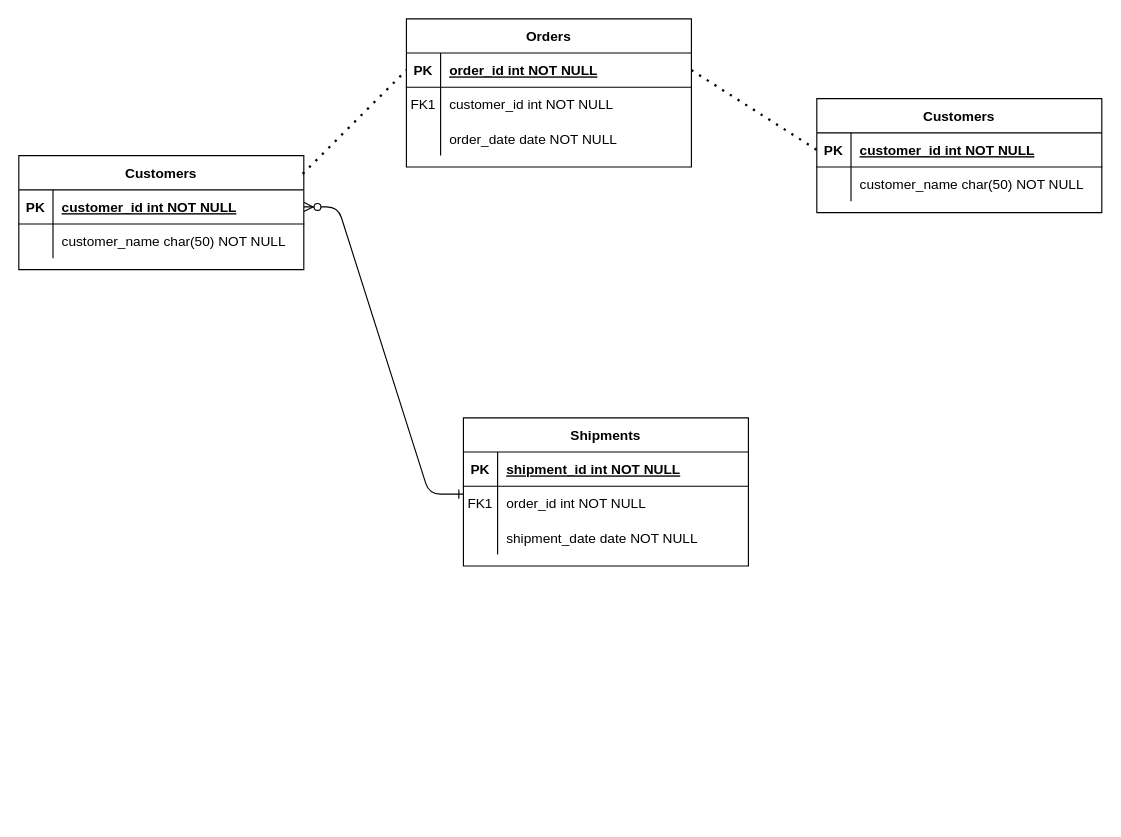
The draw.io diagram Untitled Diagram.drawio in Work-JustinClark/week13SpringAPI, before the edit. Source tidied: cells renumbered, new cells numbered last; positions are measured from the earlier drawing's top-left corner, leaving out a move shared by most shapes. Both pictures are drawn from the tidied source at 114%, with x=0, y=0 at pixel (18, 18).
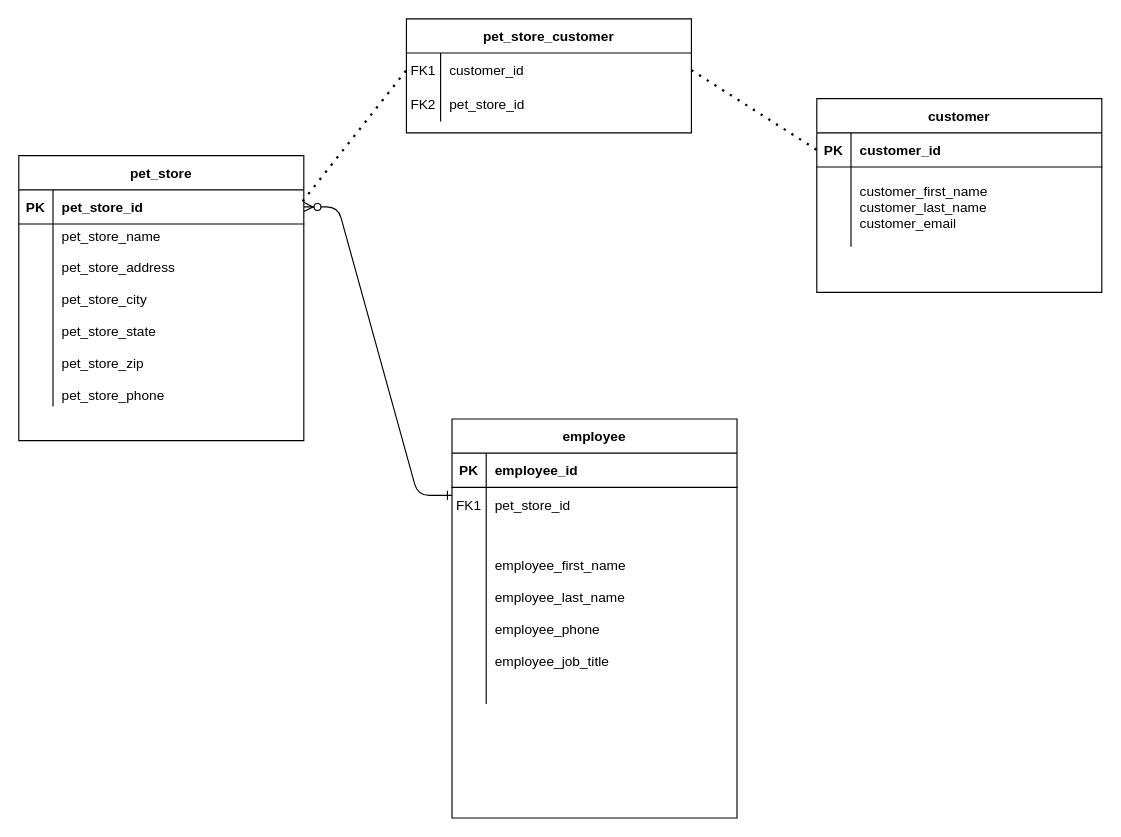
Above is the later version.

The change refers to these unchanged cells:
```xml
<mxCell id="14" style="shape=partialRectangle;fillColor=none;top=0;left=0;right=0;bottom=1;" parent="13" vertex="1">
  <mxGeometry y="30" width="250" height="30" as="geometry" />
</mxCell>
<mxCell id="17" style="shape=partialRectangle;fillColor=none;points=[[0,0.5],[1,0.5]];portConstraint=eastwest;top=0;left=0;right=0;bottom=0;" parent="13" vertex="1">
  <mxGeometry y="60" width="250" height="30" as="geometry" />
</mxCell>
<mxCell id="24" style="shape=partialRectangle;fillColor=none;points=[[0,0.5],[1,0.5]];portConstraint=eastwest;top=0;left=0;right=0;bottom=1;" parent="23" vertex="1">
  <mxGeometry y="30" width="250" height="30" as="geometry" />
</mxCell>
<mxCell id="31" style="shape=partialRectangle;fillColor=none;points=[[0,0.5],[1,0.5]];portConstraint=eastwest;top=0;left=0;right=0;bottom=1;" parent="30" vertex="1">
  <mxGeometry y="30" width="250" height="30" as="geometry" />
</mxCell>
```

The edit, as a diff of the source:
```diff
@@
-    <mxCell id="3" value="Orders" style="shape=table;startSize=30;childLayout=tableLayout;rowLines=0;fontStyle=1;align=center;" parent="1" vertex="1">
-      <mxGeometry x="340" width="250" height="130" as="geometry" />
+    <mxCell id="3" value="pet_store_customer" style="shape=table;startSize=30;childLayout=tableLayout;rowLines=0;fontStyle=1;align=center;" parent="1" vertex="1">
+      <mxGeometry x="340" width="250" height="100" as="geometry" />
     </mxCell>
-    <mxCell id="4" style="shape=partialRectangle;fillColor=none;points=[[0,0.5],[1,0.5]];portConstraint=eastwest;top=0;left=0;right=0;bottom=1;" parent="3" vertex="1">
-      <mxGeometry y="30" width="250" height="30" as="geometry" />
-    </mxCell>
-    <mxCell id="5" value="PK" style="shape=partialRectangle;overflow=hidden;fillColor=none;top=0;left=0;bottom=0;right=0;fontStyle=1;" parent="4" vertex="1">
-      <mxGeometry width="30" height="30" as="geometry" />
-    </mxCell>
-    <mxCell id="6" value="order_id int NOT NULL " style="shape=partialRectangle;overflow=hidden;fillColor=none;top=0;left=0;bottom=0;right=0;align=left;spacingLeft=6;fontStyle=5;" parent="4" vertex="1">
-      <mxGeometry x="30" width="220" height="30" as="geometry" />
-    </mxCell>
     <mxCell id="7" style="shape=partialRectangle;fillColor=none;top=0;left=0;right=0;bottom=0;" parent="3" vertex="1">
-      <mxGeometry y="60" width="250" height="30" as="geometry" />
+      <mxGeometry y="30" width="250" height="30" as="geometry" />
     </mxCell>
@@
-    <mxCell id="9" value="customer_id int NOT NULL" style="shape=partialRectangle;overflow=hidden;fillColor=none;top=0;left=0;bottom=0;right=0;align=left;spacingLeft=6;" parent="7" vertex="1">
+    <mxCell id="9" value="customer_id " style="shape=partialRectangle;overflow=hidden;fillColor=none;top=0;left=0;bottom=0;right=0;align=left;spacingLeft=6;" parent="7" vertex="1">
       <mxGeometry x="30" width="220" height="30" as="geometry" />
     </mxCell>
     <mxCell id="10" style="shape=partialRectangle;fillColor=none;top=0;left=0;right=0;bottom=0;" parent="3" vertex="1">
-      <mxGeometry y="90" width="250" height="30" as="geometry" />
+      <mxGeometry y="60" width="250" height="30" as="geometry" />
     </mxCell>
-    <mxCell id="11" style="shape=partialRectangle;overflow=hidden;fillColor=none;top=0;left=0;bottom=0;right=0;" parent="10" vertex="1">
+    <mxCell id="11" value="FK2" style="shape=partialRectangle;overflow=hidden;fillColor=none;top=0;left=0;bottom=0;right=0;" parent="10" vertex="1">
       <mxGeometry width="30" height="30" as="geometry" />
     </mxCell>
-    <mxCell id="12" value="order_date date NOT NULL" style="shape=partialRectangle;overflow=hidden;fillColor=none;top=0;left=0;bottom=0;right=0;align=left;spacingLeft=6;" parent="10" vertex="1">
+    <mxCell id="12" value="pet_store_id" style="shape=partialRectangle;overflow=hidden;fillColor=none;top=0;left=0;bottom=0;right=0;align=left;spacingLeft=6;" parent="10" vertex="1">
       <mxGeometry x="30" width="220" height="30" as="geometry" />
     </mxCell>
-    <mxCell id="13" value="Shipments" style="shape=table;startSize=30;childLayout=tableLayout;rowLines=0;fontStyle=1;align=center;" parent="1" vertex="1">
-      <mxGeometry x="390" y="350" width="250" height="130" as="geometry" />
+    <mxCell id="13" value="employee" style="shape=table;startSize=30;childLayout=tableLayout;rowLines=0;fontStyle=1;align=center;" parent="1" vertex="1">
+      <mxGeometry x="380" y="351" width="250" height="350" as="geometry" />
     </mxCell>
@@
-    <mxCell id="16" value="shipment_id int NOT NULL " style="shape=partialRectangle;overflow=hidden;fillColor=none;top=0;left=0;bottom=0;right=0;align=left;spacingLeft=6;fontStyle=5;" parent="14" vertex="1">
+    <mxCell id="16" value="employee_id" style="shape=partialRectangle;overflow=hidden;fillColor=none;top=0;left=0;bottom=0;right=0;align=left;spacingLeft=6;fontStyle=1;" parent="14" vertex="1">
       <mxGeometry x="30" width="220" height="30" as="geometry" />
     </mxCell>
@@
-    <mxCell id="19" value="order_id int NOT NULL" style="shape=partialRectangle;overflow=hidden;fillColor=none;top=0;left=0;bottom=0;right=0;align=left;spacingLeft=6;" parent="17" vertex="1">
+    <mxCell id="19" value="pet_store_id" style="shape=partialRectangle;overflow=hidden;fillColor=none;top=0;left=0;bottom=0;right=0;align=left;spacingLeft=6;" parent="17" vertex="1">
       <mxGeometry x="30" width="220" height="30" as="geometry" />
     </mxCell>
     <mxCell id="20" style="shape=partialRectangle;fillColor=none;top=0;left=0;right=0;bottom=0;" parent="13" vertex="1">
-      <mxGeometry y="90" width="250" height="30" as="geometry" />
+      <mxGeometry y="90" width="250" height="160" as="geometry" />
     </mxCell>
     <mxCell id="21" style="shape=partialRectangle;overflow=hidden;fillColor=none;top=0;left=0;bottom=0;right=0;" parent="20" vertex="1">
-      <mxGeometry width="30" height="30" as="geometry" />
+      <mxGeometry width="30" height="160" as="geometry" />
     </mxCell>
-    <mxCell id="22" value="shipment_date date NOT NULL" style="shape=partialRectangle;overflow=hidden;fillColor=none;top=0;left=0;bottom=0;right=0;align=left;spacingLeft=6;" parent="20" vertex="1">
-      <mxGeometry x="30" width="220" height="30" as="geometry" />
+    <mxCell id="22" value="employee_first_name&#10;&#10;employee_last_name&#10;&#10;employee_phone&#10;&#10;employee_job_title" style="shape=partialRectangle;overflow=hidden;fillColor=none;top=0;left=0;bottom=0;right=0;align=left;spacingLeft=6;" parent="20" vertex="1">
+      <mxGeometry x="30" width="220" height="160" as="geometry" />
     </mxCell>
-    <mxCell id="23" value="Customers" style="shape=table;startSize=30;childLayout=tableLayout;rowLines=0;fontStyle=1;align=center;" parent="1" vertex="1">
-      <mxGeometry x="700" y="70" width="250" height="100" as="geometry" />
+    <mxCell id="23" value="customer" style="shape=table;startSize=30;childLayout=tableLayout;rowLines=0;fontStyle=1;align=center;" parent="1" vertex="1">
+      <mxGeometry x="700" y="70" width="250" height="170" as="geometry" />
     </mxCell>
@@
-    <mxCell id="26" value="customer_id int NOT NULL " style="shape=partialRectangle;overflow=hidden;fillColor=none;top=0;left=0;bottom=0;right=0;align=left;spacingLeft=6;fontStyle=5;" parent="24" vertex="1">
+    <mxCell id="26" value="customer_id" style="shape=partialRectangle;overflow=hidden;fillColor=none;top=0;left=0;bottom=0;right=0;align=left;spacingLeft=6;fontStyle=1;" parent="24" vertex="1">
       <mxGeometry x="30" width="220" height="30" as="geometry" />
     </mxCell>
     <mxCell id="27" style="shape=partialRectangle;fillColor=none;top=0;left=0;right=0;bottom=0;" parent="23" vertex="1">
-      <mxGeometry y="60" width="250" height="30" as="geometry" />
+      <mxGeometry y="60" width="250" height="70" as="geometry" />
     </mxCell>
     <mxCell id="28" style="shape=partialRectangle;overflow=hidden;fillColor=none;top=0;left=0;bottom=0;right=0;" parent="27" vertex="1">
-      <mxGeometry width="30" height="30" as="geometry" />
+      <mxGeometry width="30" height="70" as="geometry" />
     </mxCell>
-    <mxCell id="29" value="customer_name char(50) NOT NULL" style="shape=partialRectangle;overflow=hidden;fillColor=none;top=0;left=0;bottom=0;right=0;align=left;spacingLeft=6;" parent="27" vertex="1">
-      <mxGeometry x="30" width="220" height="30" as="geometry" />
+    <mxCell id="29" value="customer_first_name&#10;customer_last_name&#10;customer_email" style="shape=partialRectangle;overflow=hidden;fillColor=none;top=0;left=0;bottom=0;right=0;align=left;spacingLeft=6;" parent="27" vertex="1">
+      <mxGeometry x="30" width="220" height="70" as="geometry" />
     </mxCell>
-    <mxCell id="30" value="Customers" style="shape=table;startSize=30;childLayout=tableLayout;rowLines=0;fontStyle=1;align=center;" parent="1" vertex="1">
-      <mxGeometry y="120" width="250" height="100" as="geometry" />
+    <mxCell id="30" value="pet_store" style="shape=table;startSize=30;childLayout=tableLayout;rowLines=0;fontStyle=1;align=center;" parent="1" vertex="1">
+      <mxGeometry y="120" width="250" height="250" as="geometry" />
     </mxCell>
@@
-    <mxCell id="33" value="customer_id int NOT NULL " style="shape=partialRectangle;overflow=hidden;fillColor=none;top=0;left=0;bottom=0;right=0;align=left;spacingLeft=6;fontStyle=5;" parent="31" vertex="1">
+    <mxCell id="33" value="pet_store_id" style="shape=partialRectangle;overflow=hidden;fillColor=none;top=0;left=0;bottom=0;right=0;align=left;spacingLeft=6;fontStyle=1;" parent="31" vertex="1">
       <mxGeometry x="30" width="220" height="30" as="geometry" />
     </mxCell>
     <mxCell id="34" style="shape=partialRectangle;fillColor=none;top=0;left=0;right=0;bottom=0;" parent="30" vertex="1">
-      <mxGeometry y="60" width="250" height="30" as="geometry" />
+      <mxGeometry y="60" width="250" height="160" as="geometry" />
     </mxCell>
     <mxCell id="35" style="shape=partialRectangle;overflow=hidden;fillColor=none;top=0;left=0;bottom=0;right=0;" parent="34" vertex="1">
-      <mxGeometry width="30" height="30" as="geometry" />
+      <mxGeometry width="30" height="160" as="geometry" />
     </mxCell>
-    <mxCell id="36" value="customer_name char(50) NOT NULL" style="shape=partialRectangle;overflow=hidden;fillColor=none;top=0;left=0;bottom=0;right=0;align=left;spacingLeft=6;" parent="34" vertex="1">
-      <mxGeometry x="30" width="220" height="30" as="geometry" />
+    <mxCell id="36" value="pet_store_name&#10;&#10;pet_store_address&#10;&#10;pet_store_city&#10;&#10;pet_store_state&#10;&#10;pet_store_zip&#10;&#10;pet_store_phone" style="shape=partialRectangle;overflow=hidden;fillColor=none;top=0;left=0;bottom=0;right=0;align=left;spacingLeft=6;" parent="34" vertex="1">
+      <mxGeometry x="30" width="220" height="160" as="geometry" />
     </mxCell>
-    <mxCell id="37" style="endArrow=none;dashed=1;html=1;dashPattern=1 3;strokeWidth=2;rounded=0;entryX=0;entryY=0.5;entryDx=0;entryDy=0;exitX=0.996;exitY=0.16;exitDx=0;exitDy=0;exitPerimeter=0;" parent="1" edge="1" source="30" target="4">
-      <mxGeometry relative="1" as="geometry" />
+    <mxCell id="37" style="endArrow=none;dashed=1;html=1;dashPattern=1 3;strokeWidth=2;rounded=0;entryX=0;entryY=0.5;entryDx=0;entryDy=0;exitX=0.996;exitY=0.16;exitDx=0;exitDy=0;exitPerimeter=0;" parent="1" edge="1" source="30">
+      <mxGeometry relative="1" as="geometry">
+        <mxPoint x="340" y="45" as="targetPoint" />
+      </mxGeometry>
     </mxCell>
-    <mxCell id="38" style="endArrow=none;dashed=1;html=1;dashPattern=1 3;strokeWidth=2;rounded=0;entryX=0;entryY=0.5;entryDx=0;entryDy=0;exitX=1;exitY=0.5;exitDx=0;exitDy=0;" parent="1" edge="1" source="4" target="24">
-      <mxGeometry relative="1" as="geometry" />
+    <mxCell id="38" style="endArrow=none;dashed=1;html=1;dashPattern=1 3;strokeWidth=2;rounded=0;entryX=0;entryY=0.5;entryDx=0;entryDy=0;exitX=1;exitY=0.5;exitDx=0;exitDy=0;" parent="1" edge="1" target="24">
+      <mxGeometry relative="1" as="geometry">
+        <mxPoint x="590" y="45" as="sourcePoint" />
+      </mxGeometry>
     </mxCell>
```
